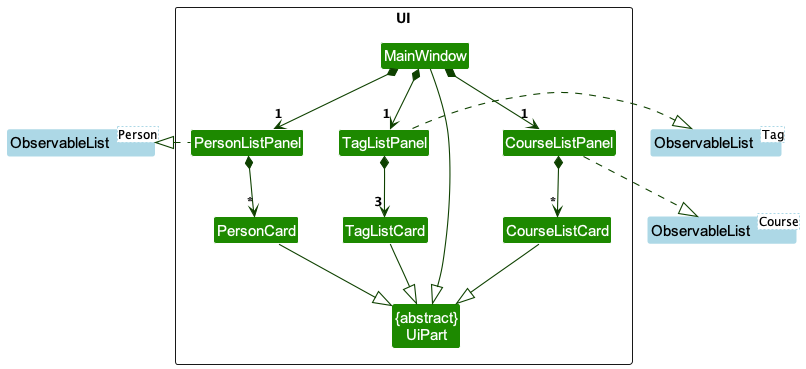
This is docs/images/PanelClassDiagram.png from tanteckfang/tp, a PlantUML export, as it was before one commit.
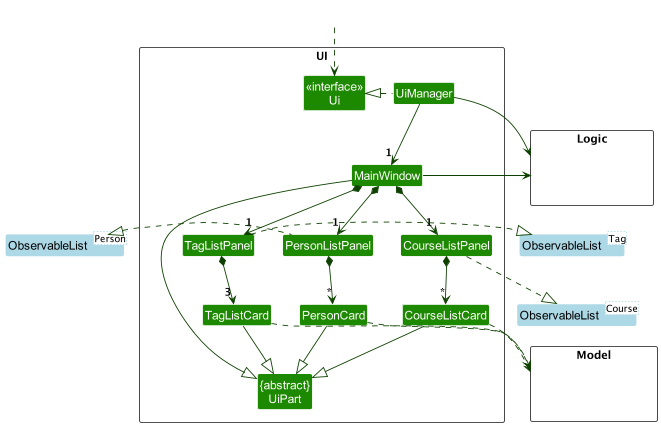
The same file after the commit.

What changed in the source:
```diff
@@ -15,6 +15,8 @@
 }
 
 package UI <<Rectangle>> {
+class "<<interface>>\nUi" as Ui
+class UiManager
 Class PersonListPanel
 Class PersonCard
 Class CourseListPanel
@@ -24,6 +26,26 @@
 Class MainWindow
 Class "{abstract}\nUiPart" as UiPart
 }
+
+package Model <<Rectangle>> {
+Class HiddenModel #FFFFFF
+}
+
+package Logic <<Rectangle>> {
+Class HiddenLogic #FFFFFF
+}
+
+Class HiddenOutside #FFFFFF
+HiddenOutside ..> Ui
+
+UiManager .left.|> Ui
+UiManager -down-> "1" MainWindow
+UiManager -right-> Logic
+MainWindow -right-> Logic
+
+PersonCard ..> Model
+CourseListCard ..> Model
+TagListCard ..> Model
 
 Class "ObservableList<Person>" as ObservableListPerson <<Generic>>
 Class "ObservableList<Course>" as ObservableListCourse <<Generic>>
```
